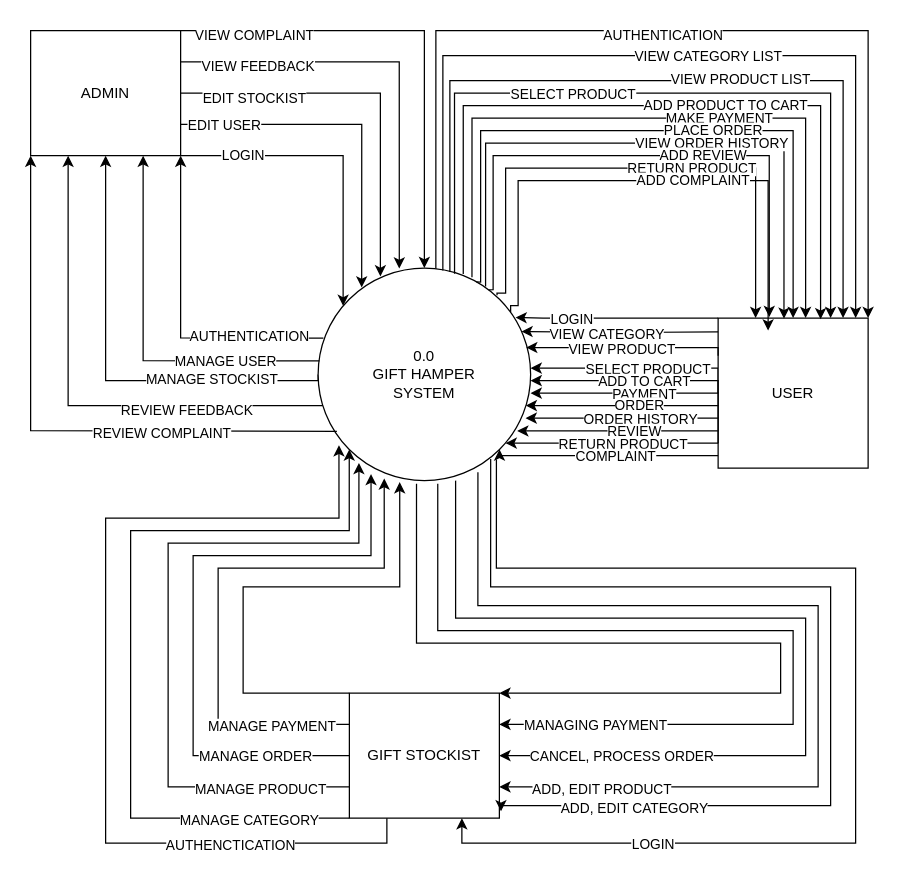
panchalbhavya2210/gift_documentation keeps this draw.io diagram as page "DFD-0" (8 of 15) of Usecase userside.drawio. Above is the earlier version. Source tidied: cells renumbered, new cells numbered last; positions are measured from the earlier drawing's top-left corner, leaving out a move shared by most shapes. Both pictures are drawn from the tidied source at 125%, with x=0, y=0 at pixel (30, 30).
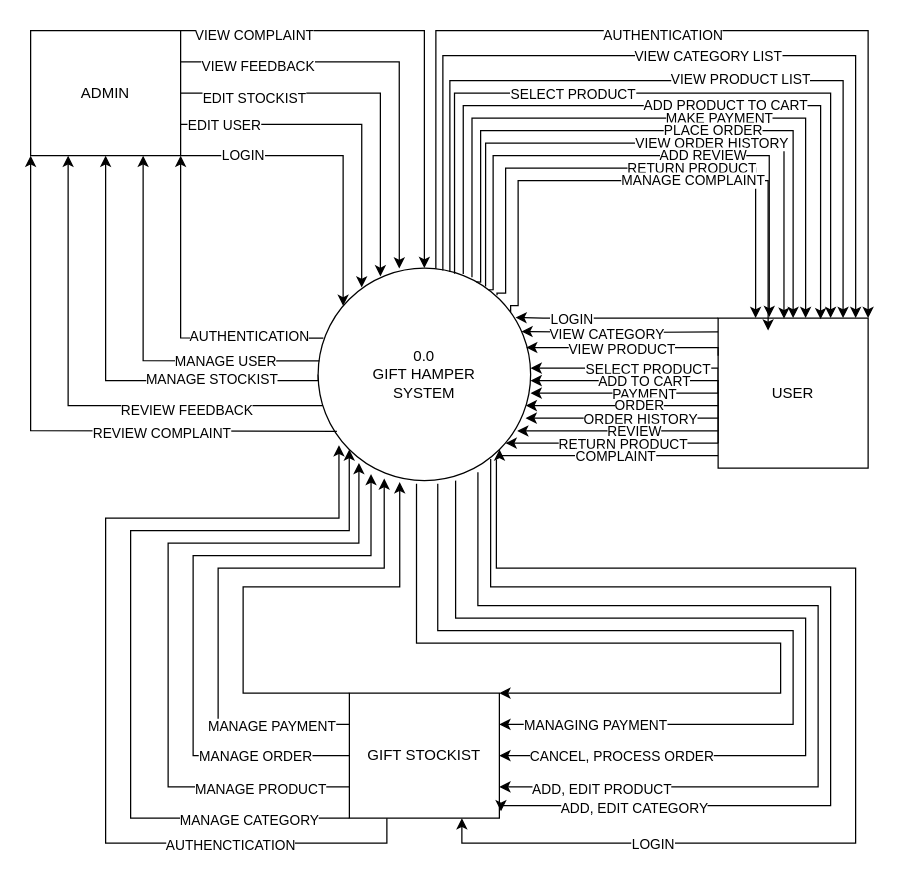
The same diagram, later.

The change refers to these unchanged cells:
```xml
<mxCell id="72" style="edgeStyle=orthogonalEdgeStyle;rounded=0;jettySize=auto;html=1;exitX=0.906;exitY=0.208;exitDx=0;exitDy=0;exitPerimeter=0;entryX=0.25;entryY=0;entryDx=0;entryDy=0;" parent="1" edge="1" source="6">
  <mxGeometry relative="1" as="geometry">
    <mxPoint x="590" y="240" as="targetPoint" />
    <Array as="points">
      <mxPoint x="384" y="220" />
      <mxPoint x="390" y="220" />
      <mxPoint x="390" y="120" />
      <mxPoint x="590" y="120" />
    </Array>
  </mxGeometry>
</mxCell>
```

The edit, as a diff of the source:
```diff
@@
-    <mxCell id="73" value="ADD COMPLAINT" style="edgeLabel;html=1;align=center;verticalAlign=middle;" parent="72" vertex="1">
+    <mxCell id="73" value="MANAGE COMPLAINT" style="edgeLabel;html=1;align=center;verticalAlign=middle;" parent="72" vertex="1">
       <mxGeometry y="1" relative="1" as="geometry">
         <mxPoint x="35" as="offset" />
       </mxGeometry>
     </mxCell>
```
